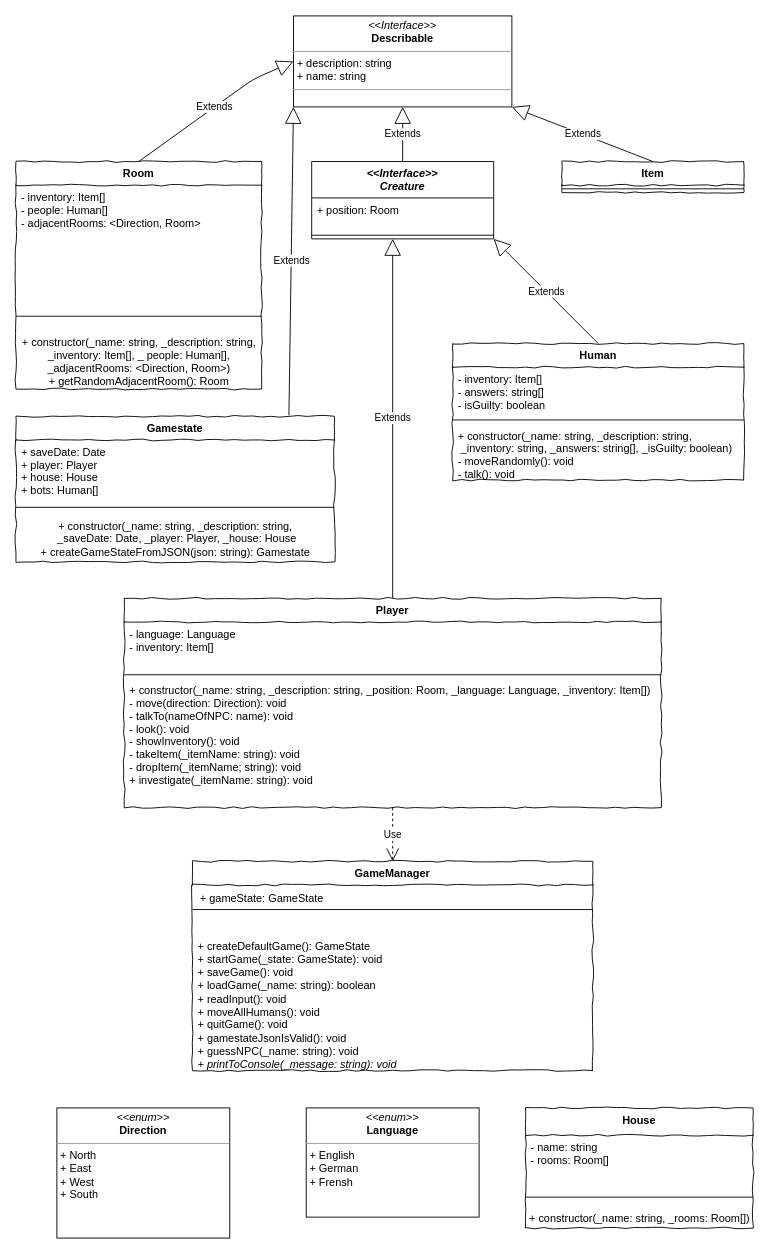
The draw.io diagram page "Classes" (1 of 6) of concept/classes.drawio in AljoshaVieth/SoftwareDesignTextAdventure, before the edit. Source tidied: cells renumbered, new cells numbered last; positions are measured from the earlier drawing's top-left corner, leaving out a move shared by most shapes. Both pictures are drawn from the tidied source at 91%, with x=0, y=0 at pixel (15, 15).
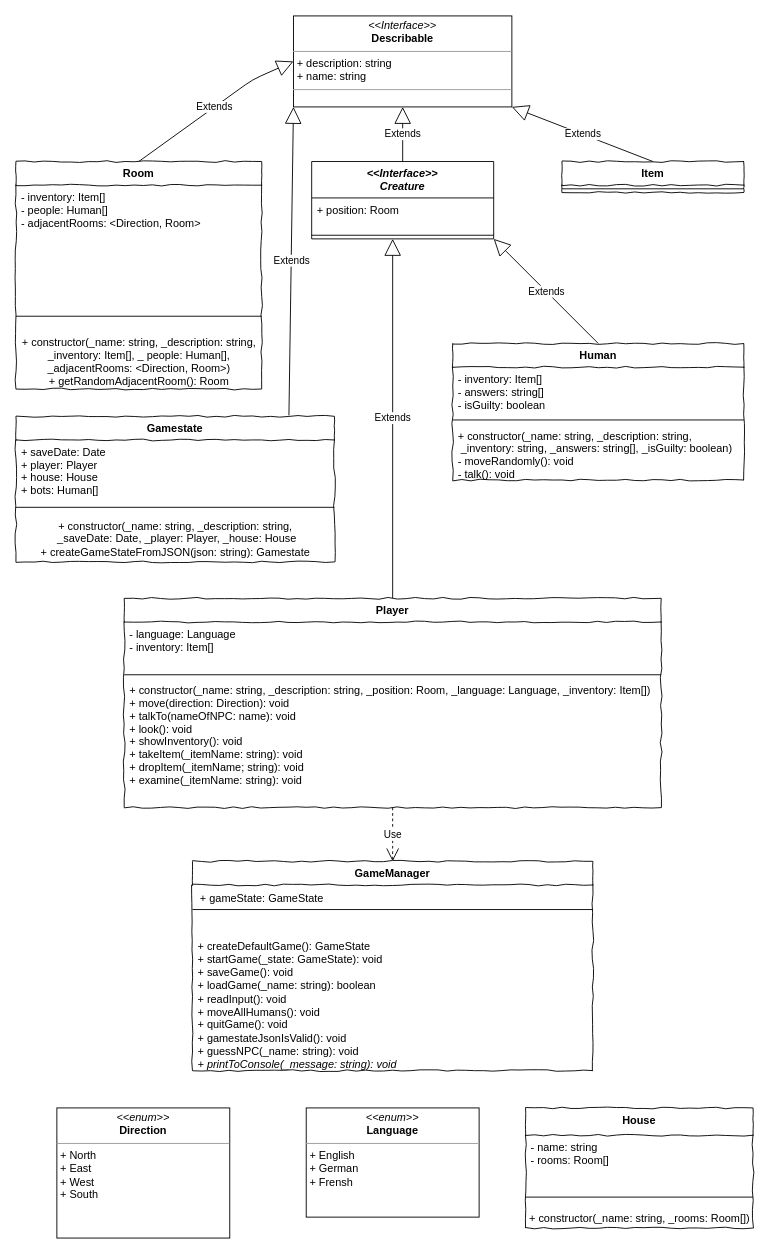
The same page after the edit.

Commit message (it also covers changes not shown here):
altered diagram to add examine function(investigate)

The change refers to these unchanged cells:
```xml
<mxCell id="26" value="Player" style="swimlane;fontStyle=1;align=center;verticalAlign=top;horizontal=1;startSize=26;rounded=0;shadow=0;comic=1;strokeWidth=1;" parent="1" vertex="1">
  <mxGeometry x="119" y="640" width="590" height="230" as="geometry" />
</mxCell>
```

Change to the diagram source:
```diff
@@
-    <mxCell id="29" value="+ constructor(_name: string, _description: string, _position: Room, _language: Language, _inventory: Item[])&#10;- move(direction: Direction): void&#10;- talkTo(nameOfNPC: name): void&#10;- look(): void&#10;- showInventory(): void&#10;- takeItem(_itemName: string): void&#10;- dropItem(_itemName; string): void&#10;+ investigate(_itemName: string): void" style="text;strokeColor=none;fillColor=none;align=left;verticalAlign=top;spacingLeft=4;spacingRight=4;overflow=hidden;points=[[0,0.5],[1,0.5]];portConstraint=eastwest;" parent="26" vertex="1">
+    <mxCell id="29" value="+ constructor(_name: string, _description: string, _position: Room, _language: Language, _inventory: Item[])&#10;+ move(direction: Direction): void&#10;+ talkTo(nameOfNPC: name): void&#10;+ look(): void&#10;+ showInventory(): void&#10;+ takeItem(_itemName: string): void&#10;+ dropItem(_itemName; string): void&#10;+ examine(_itemName: string): void" style="text;strokeColor=none;fillColor=none;align=left;verticalAlign=top;spacingLeft=4;spacingRight=4;overflow=hidden;points=[[0,0.5],[1,0.5]];portConstraint=eastwest;" parent="26" vertex="1">
       <mxGeometry y="88" width="590" height="142" as="geometry" />
     </mxCell>
```
